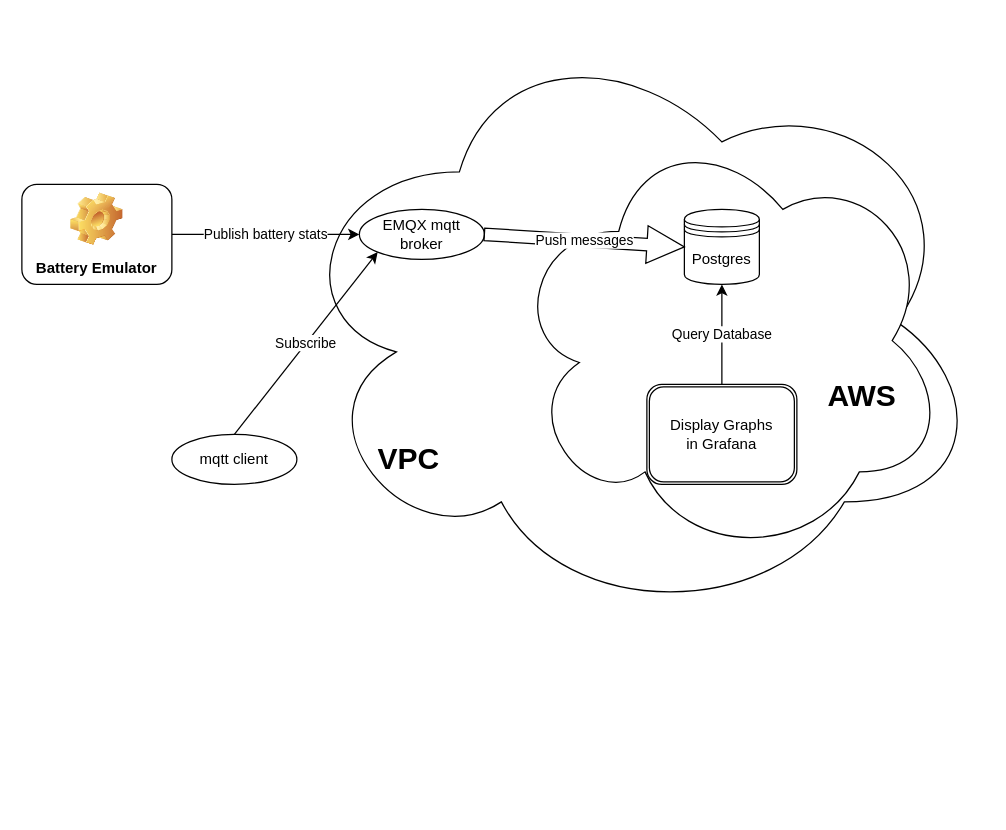
This is docs/dataflow.drawio from EncludeLtd/Battery-Emulator, a draw.io file, before an edit. Source tidied: cells renumbered, new cells numbered last; positions are measured from the earlier drawing's top-left corner, leaving out a move shared by most shapes. Both pictures are drawn from the tidied source at 125%, with x=0, y=0 at pixel (21, 21).
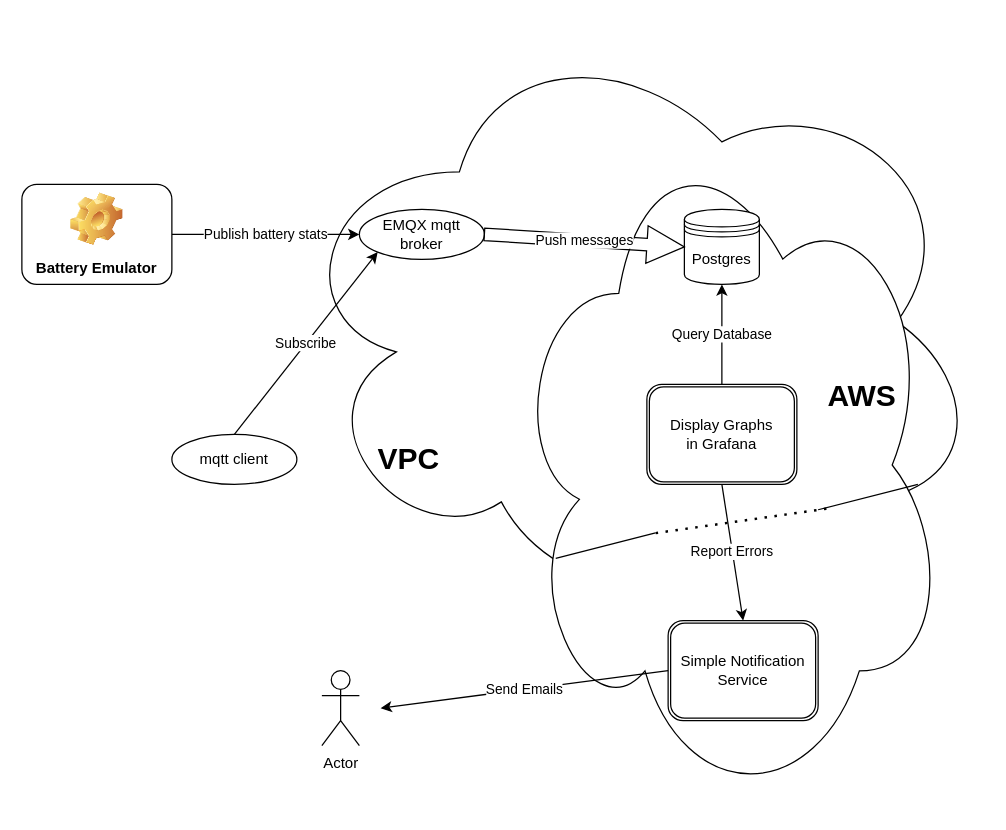
The same page after the edit.

Unchanged cells that the change refers to:
```xml
<mxCell id="11" value="Display Graphs&lt;br&gt;in Grafana" style="shape=ext;double=1;rounded=1;whiteSpace=wrap;html=1;" parent="1" vertex="1">
  <mxGeometry x="500" y="290" width="120" height="80" as="geometry" />
</mxCell>
```

What changed in the source:
```diff
@@
     <mxCell id="3" style="ellipse;shape=cloud;whiteSpace=wrap;html=1;" parent="1" vertex="1">
-      <mxGeometry x="390" y="80" width="350" height="350" as="geometry" />
+      <mxGeometry x="390" y="80" width="350" height="549" as="geometry" />
     </mxCell>
@@
+    <mxCell id="15" style="edgeStyle=none;html=1;entryX=0.106;entryY=0.636;entryDx=0;entryDy=0;entryPerimeter=0;exitX=0.334;exitY=0.599;exitDx=0;exitDy=0;exitPerimeter=0;endArrow=none;endFill=0;" parent="1" edge="1" source="3" target="3">
+      <mxGeometry relative="1" as="geometry" />
+    </mxCell>
@@
+    <mxCell id="16" value="Simple Notification Service" style="shape=ext;double=1;rounded=1;whiteSpace=wrap;html=1;" parent="1" vertex="1">
+      <mxGeometry x="517" y="479" width="120" height="80" as="geometry" />
+    </mxCell>
+    <mxCell id="17" value="Report Errors" style="edgeStyle=none;html=1;entryX=0.5;entryY=0;entryDx=0;entryDy=0;exitX=0.5;exitY=1;exitDx=0;exitDy=0;" parent="1" edge="1" source="11" target="16">
+      <mxGeometry relative="1" as="geometry" />
+    </mxCell>
+    <mxCell id="18" style="edgeStyle=none;html=1;entryX=0.106;entryY=0.636;entryDx=0;entryDy=0;entryPerimeter=0;exitX=0.334;exitY=0.599;exitDx=0;exitDy=0;exitPerimeter=0;endArrow=none;endFill=0;" parent="1" edge="1">
+      <mxGeometry relative="1" as="geometry">
+        <mxPoint x="716.8" y="370" as="sourcePoint" />
+        <mxPoint x="637" y="390.3" as="targetPoint" />
+      </mxGeometry>
+    </mxCell>
+    <mxCell id="19" style="endArrow=none;dashed=1;html=1;dashPattern=1 3;strokeWidth=2;" parent="1" edge="1">
+      <mxGeometry relative="1" as="geometry">
+        <mxPoint x="507" y="409" as="sourcePoint" />
+        <mxPoint x="647" y="389" as="targetPoint" />
+      </mxGeometry>
+    </mxCell>
+    <mxCell id="20" value="Send Emails" style="edgeStyle=none;html=1;exitX=0;exitY=0.5;exitDx=0;exitDy=0;" parent="1" edge="1" source="16">
+      <mxGeometry relative="1" as="geometry">
+        <mxPoint x="287" y="549" as="targetPoint" />
+      </mxGeometry>
+    </mxCell>
+    <mxCell id="21" value="Actor" style="shape=umlActor;verticalLabelPosition=bottom;verticalAlign=top;html=1;" parent="1" vertex="1">
+      <mxGeometry x="240" y="519" width="30" height="60" as="geometry" />
+    </mxCell>
```
